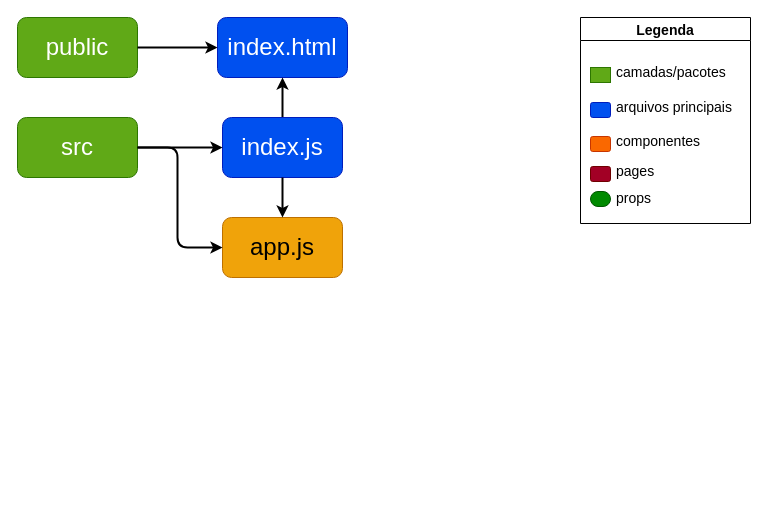
The draw.io diagram diagrama.drawio in reisrb/music-box-ads-a, before the edit. Source tidied: cells renumbered, new cells numbered last; positions are measured from the earlier drawing's top-left corner, leaving out a move shared by most shapes. Both pictures are drawn from the tidied source at 100%, with x=0, y=0 at pixel (17, 17).
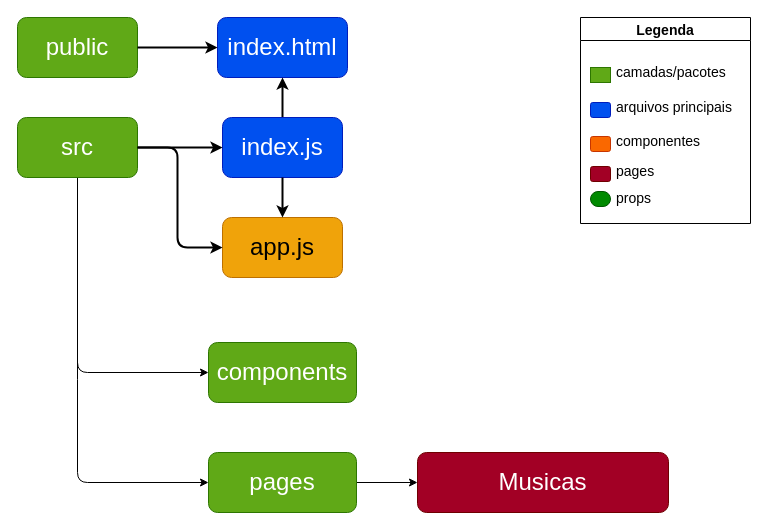
The same diagram, later.

Unchanged cells that the change refers to:
```xml
<mxCell id="3" value="src&lt;br style=&quot;font-size: 24px;&quot;&gt;" style="rounded=1;whiteSpace=wrap;html=1;fillColor=#60a917;fontColor=#ffffff;strokeColor=#2D7600;fontSize=24;" parent="1" vertex="1">
  <mxGeometry y="100" width="120" height="60" as="geometry" />
</mxCell>
```

What changed in the source:
```diff
@@
+    <mxCell id="23" style="edgeStyle=none;html=1;" parent="1" edge="1" source="3" target="26">
+      <mxGeometry relative="1" as="geometry">
+        <Array as="points">
+          <mxPoint x="60" y="352" />
+          <mxPoint x="60" y="465" />
+        </Array>
+      </mxGeometry>
+    </mxCell>
+    <mxCell id="24" style="edgeStyle=none;html=1;entryX=0;entryY=0.5;entryDx=0;entryDy=0;" parent="1" edge="1" source="3" target="27">
+      <mxGeometry relative="1" as="geometry">
+        <Array as="points">
+          <mxPoint x="60" y="355" />
+        </Array>
+      </mxGeometry>
+    </mxCell>
@@
+    <mxCell id="25" style="edgeStyle=none;html=1;entryX=0;entryY=0.5;entryDx=0;entryDy=0;" parent="1" edge="1" source="26" target="28">
+      <mxGeometry relative="1" as="geometry" />
+    </mxCell>
+    <mxCell id="26" value="pages" style="rounded=1;whiteSpace=wrap;html=1;fillColor=#60a917;fontColor=#ffffff;strokeColor=#2D7600;fontSize=24;" parent="1" vertex="1">
+      <mxGeometry x="191" y="435" width="148" height="60" as="geometry" />
+    </mxCell>
+    <mxCell id="27" value="components" style="rounded=1;whiteSpace=wrap;html=1;fillColor=#60a917;fontColor=#ffffff;strokeColor=#2D7600;fontSize=24;" parent="1" vertex="1">
+      <mxGeometry x="191" y="325" width="148" height="60" as="geometry" />
+    </mxCell>
+    <mxCell id="28" value="&lt;span&gt;Musicas&lt;/span&gt;" style="rounded=1;whiteSpace=wrap;html=1;fillColor=#a20025;fontColor=#ffffff;strokeColor=#6F0000;fontSize=24;" parent="1" vertex="1">
+      <mxGeometry x="400" y="435" width="251" height="60" as="geometry" />
+    </mxCell>
```
